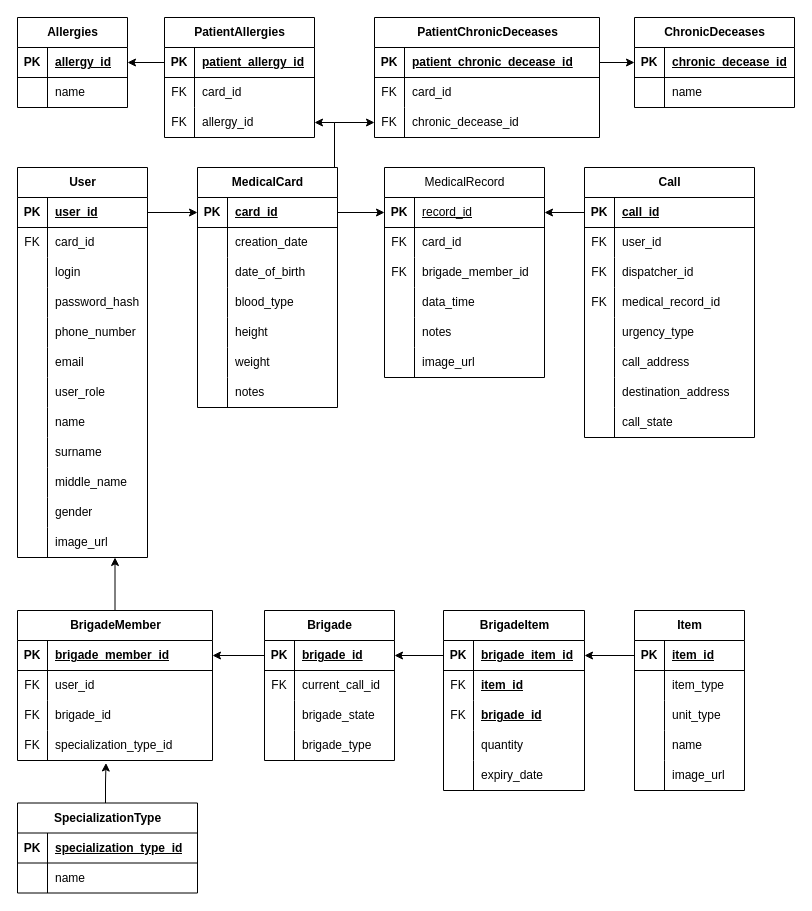
Ristoll/AmbulanceSystem keeps this draw.io diagram as Ambulance_new.drawio. Above is the earlier version. Source tidied: cells renumbered, new cells numbered last; positions are measured from the earlier drawing's top-left corner, leaving out a move shared by most shapes. Both pictures are drawn from the tidied source at 100%, with x=0, y=0 at pixel (17, 17).
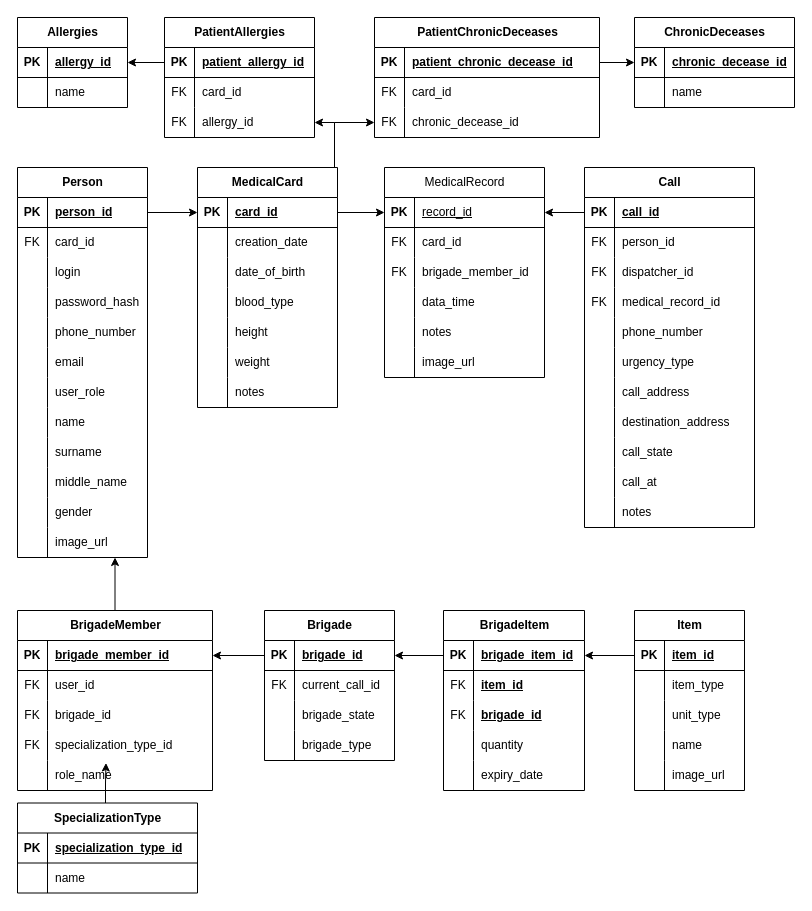
The same diagram, later.

The change refers to these unchanged cells:
```xml
<mxCell id="33" style="shape=tableRow;horizontal=0;startSize=0;swimlaneHead=0;swimlaneBody=0;fillColor=none;top=0;left=0;right=0;bottom=0;" parent="29" vertex="1">
  <mxGeometry y="60" width="170" height="30" as="geometry" />
</mxCell>
<mxCell id="122" style="shape=tableRow;horizontal=0;startSize=0;swimlaneHead=0;swimlaneBody=0;fillColor=none;points=[[0,0.5],[1,0.5]];portConstraint=eastwest;top=0;left=0;right=0;bottom=1;" parent="121" vertex="1">
  <mxGeometry y="30" width="130" height="30" as="geometry" />
</mxCell>
```

Diff of the diagram source:
```diff
@@
     <mxCell id="3" value="BrigadeMember" style="shape=table;startSize=30;childLayout=tableLayout;rowLines=0;fontStyle=1;align=center;html=1;" parent="1" vertex="1">
-      <mxGeometry y="593" width="195" height="150" as="geometry" />
+      <mxGeometry y="593" width="195" height="180" as="geometry" />
     </mxCell>
@@
+    <mxCell id="216" style="shape=tableRow;horizontal=0;startSize=0;swimlaneHead=0;swimlaneBody=0;fillColor=none;top=0;left=0;right=0;bottom=0;" parent="3" vertex="1">
+      <mxGeometry y="150" width="195" height="30" as="geometry" />
+    </mxCell>
+    <mxCell id="217" style="shape=partialRectangle;fillColor=none;top=0;left=0;bottom=0;right=0;overflow=hidden;whiteSpace=wrap;html=1;" parent="216" vertex="1">
+      <mxGeometry width="30" height="30" as="geometry" />
+    </mxCell>
+    <mxCell id="218" value="role_name" style="shape=partialRectangle;fillColor=none;top=0;left=0;bottom=0;right=0;align=left;spacingLeft=6;overflow=hidden;whiteSpace=wrap;html=1;" parent="216" vertex="1">
+      <mxGeometry x="30" width="165" height="30" as="geometry" />
+    </mxCell>
@@
     <mxCell id="29" value="Call" style="shape=table;startSize=30;childLayout=tableLayout;rowLines=0;fontStyle=1;align=center;html=1;" parent="1" vertex="1">
-      <mxGeometry x="567" y="150" width="170" height="270" as="geometry" />
+      <mxGeometry x="567" y="150" width="170" height="360" as="geometry" />
     </mxCell>
@@
-    <mxCell id="35" value="user_id" style="shape=partialRectangle;fillColor=none;top=0;left=0;bottom=0;right=0;align=left;spacingLeft=6;overflow=hidden;whiteSpace=wrap;html=1;" parent="33" vertex="1">
+    <mxCell id="35" value="person_id" style="shape=partialRectangle;fillColor=none;top=0;left=0;bottom=0;right=0;align=left;spacingLeft=6;overflow=hidden;whiteSpace=wrap;html=1;" parent="33" vertex="1">
       <mxGeometry x="30" width="140" height="30" as="geometry" />
     </mxCell>
@@
+    <mxCell id="219" style="shape=tableRow;horizontal=0;startSize=0;swimlaneHead=0;swimlaneBody=0;fillColor=none;top=0;left=0;right=0;bottom=0;" parent="29" vertex="1">
+      <mxGeometry y="150" width="170" height="30" as="geometry" />
+    </mxCell>
+    <mxCell id="220" style="shape=partialRectangle;fillColor=none;top=0;left=0;bottom=0;right=0;overflow=hidden;whiteSpace=wrap;html=1;" parent="219" vertex="1">
+      <mxGeometry width="30" height="30" as="geometry" />
+    </mxCell>
+    <mxCell id="221" value="phone_number" style="shape=partialRectangle;fillColor=none;top=0;left=0;bottom=0;right=0;align=left;spacingLeft=6;overflow=hidden;whiteSpace=wrap;html=1;" parent="219" vertex="1">
+      <mxGeometry x="30" width="140" height="30" as="geometry" />
+    </mxCell>
     <mxCell id="42" style="shape=tableRow;horizontal=0;startSize=0;swimlaneHead=0;swimlaneBody=0;fillColor=none;top=0;left=0;right=0;bottom=0;" parent="29" vertex="1">
-      <mxGeometry y="150" width="170" height="30" as="geometry" />
+      <mxGeometry y="180" width="170" height="30" as="geometry" />
     </mxCell>
@@
     <mxCell id="45" style="shape=tableRow;horizontal=0;startSize=0;swimlaneHead=0;swimlaneBody=0;fillColor=none;top=0;left=0;right=0;bottom=0;" parent="29" vertex="1">
-      <mxGeometry y="180" width="170" height="30" as="geometry" />
+      <mxGeometry y="210" width="170" height="30" as="geometry" />
     </mxCell>
@@
     <mxCell id="48" style="shape=tableRow;horizontal=0;startSize=0;swimlaneHead=0;swimlaneBody=0;fillColor=none;top=0;left=0;right=0;bottom=0;" parent="29" vertex="1">
-      <mxGeometry y="210" width="170" height="30" as="geometry" />
+      <mxGeometry y="240" width="170" height="30" as="geometry" />
     </mxCell>
@@
     <mxCell id="51" style="shape=tableRow;horizontal=0;startSize=0;swimlaneHead=0;swimlaneBody=0;fillColor=none;top=0;left=0;right=0;bottom=0;" parent="29" vertex="1">
-      <mxGeometry y="240" width="170" height="30" as="geometry" />
+      <mxGeometry y="270" width="170" height="30" as="geometry" />
     </mxCell>
@@
+    <mxCell id="222" style="shape=tableRow;horizontal=0;startSize=0;swimlaneHead=0;swimlaneBody=0;fillColor=none;top=0;left=0;right=0;bottom=0;" parent="29" vertex="1">
+      <mxGeometry y="300" width="170" height="30" as="geometry" />
+    </mxCell>
+    <mxCell id="223" style="shape=partialRectangle;fillColor=none;top=0;left=0;bottom=0;right=0;overflow=hidden;whiteSpace=wrap;html=1;" parent="222" vertex="1">
+      <mxGeometry width="30" height="30" as="geometry" />
+    </mxCell>
+    <mxCell id="224" value="call_at" style="shape=partialRectangle;fillColor=none;top=0;left=0;bottom=0;right=0;align=left;spacingLeft=6;overflow=hidden;whiteSpace=wrap;html=1;" parent="222" vertex="1">
+      <mxGeometry x="30" width="140" height="30" as="geometry" />
+    </mxCell>
+    <mxCell id="225" style="shape=tableRow;horizontal=0;startSize=0;swimlaneHead=0;swimlaneBody=0;fillColor=none;top=0;left=0;right=0;bottom=0;" parent="29" vertex="1">
+      <mxGeometry y="330" width="170" height="30" as="geometry" />
+    </mxCell>
+    <mxCell id="226" style="shape=partialRectangle;fillColor=none;top=0;left=0;bottom=0;right=0;overflow=hidden;whiteSpace=wrap;html=1;" parent="225" vertex="1">
+      <mxGeometry width="30" height="30" as="geometry" />
+    </mxCell>
+    <mxCell id="227" value="notes" style="shape=partialRectangle;fillColor=none;top=0;left=0;bottom=0;right=0;align=left;spacingLeft=6;overflow=hidden;whiteSpace=wrap;html=1;" parent="225" vertex="1">
+      <mxGeometry x="30" width="140" height="30" as="geometry" />
+    </mxCell>
@@
-    <mxCell id="121" value="User" style="shape=table;startSize=30;childLayout=tableLayout;rowLines=0;fontStyle=1;align=center;html=1;strokeColor=default;" parent="1" vertex="1">
+    <mxCell id="121" value="Person" style="shape=table;startSize=30;childLayout=tableLayout;rowLines=0;fontStyle=1;align=center;html=1;strokeColor=default;" parent="1" vertex="1">
       <mxGeometry y="150" width="130" height="390" as="geometry" />
     </mxCell>
@@
-    <mxCell id="124" value="user_id" style="shape=partialRectangle;fillColor=none;top=0;left=0;bottom=0;right=0;align=left;spacingLeft=6;fontStyle=5;overflow=hidden;whiteSpace=wrap;html=1;" parent="122" vertex="1">
+    <mxCell id="124" value="person_id" style="shape=partialRectangle;fillColor=none;top=0;left=0;bottom=0;right=0;align=left;spacingLeft=6;fontStyle=5;overflow=hidden;whiteSpace=wrap;html=1;" parent="122" vertex="1">
       <mxGeometry x="30" width="100" height="30" as="geometry" />
     </mxCell>
```
